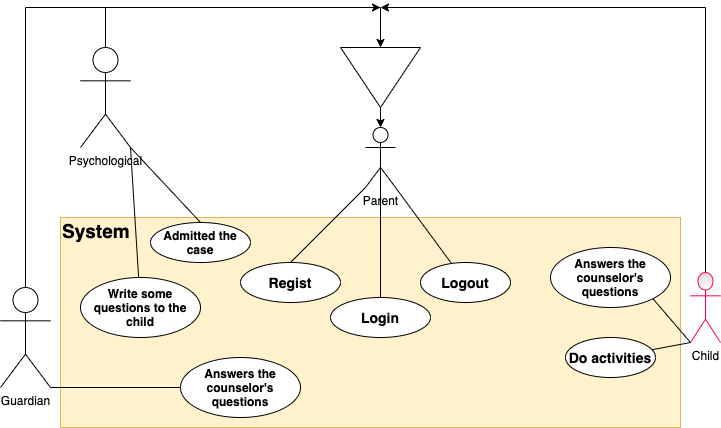
Earlier version of the draw.io export use_case_diagram.png (xdayeh/Modeling-software). Source tidied: cells renumbered, new cells last; positions are measured from the earlier drawing's top-left corner, leaving out a move shared by most shapes.
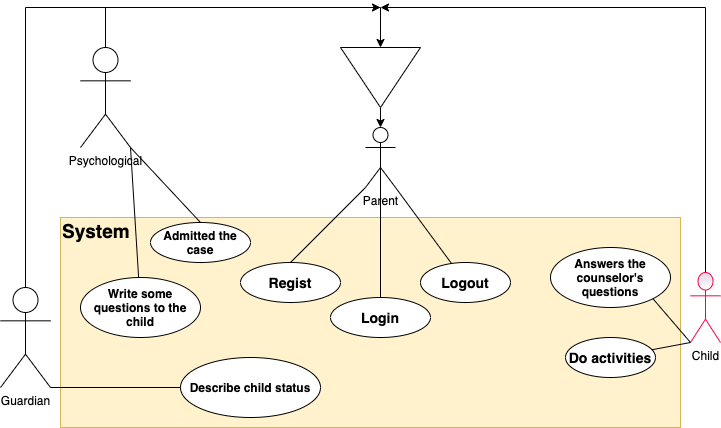
After the commit.

What changed in the source:
```diff
@@ -89,8 +89,8 @@
     <mxCell id="24" style="endArrow=none;html=1;entryX=0;entryY=1;entryDx=0;entryDy=0;entryPerimeter=0;" parent="1" edge="1" source="23" target="11">
       <mxGeometry relative="1" as="geometry" />
     </mxCell>
-    <mxCell id="25" value="&lt;div style=&quot;box-sizing: border-box&quot;&gt;&lt;div style=&quot;box-sizing: border-box&quot;&gt;&lt;div style=&quot;box-sizing: border-box&quot;&gt;&lt;b&gt;Answers the counselor's questions&lt;/b&gt;&lt;br&gt;&lt;/div&gt;&lt;/div&gt;&lt;/div&gt;" style="ellipse;whiteSpace=wrap;html=1;labelBackgroundColor=none;align=center;" parent="1" vertex="1">
-      <mxGeometry x="180" y="350" width="120" height="60" as="geometry" />
+    <mxCell id="25" value="&lt;div style=&quot;box-sizing: border-box&quot;&gt;&lt;div style=&quot;box-sizing: border-box&quot;&gt;&lt;div style=&quot;box-sizing: border-box&quot;&gt;&lt;b&gt;Describe child status&lt;/b&gt;&lt;br&gt;&lt;/div&gt;&lt;/div&gt;&lt;/div&gt;" style="ellipse;whiteSpace=wrap;html=1;labelBackgroundColor=none;align=center;" parent="1" vertex="1">
+      <mxGeometry x="180" y="350" width="140" height="60" as="geometry" />
     </mxCell>
     <mxCell id="26" style="endArrow=none;html=1;entryX=1;entryY=1;entryDx=0;entryDy=0;entryPerimeter=0;exitX=0;exitY=0.5;exitDx=0;exitDy=0;" parent="1" edge="1" source="25" target="5">
       <mxGeometry relative="1" as="geometry" />
```
